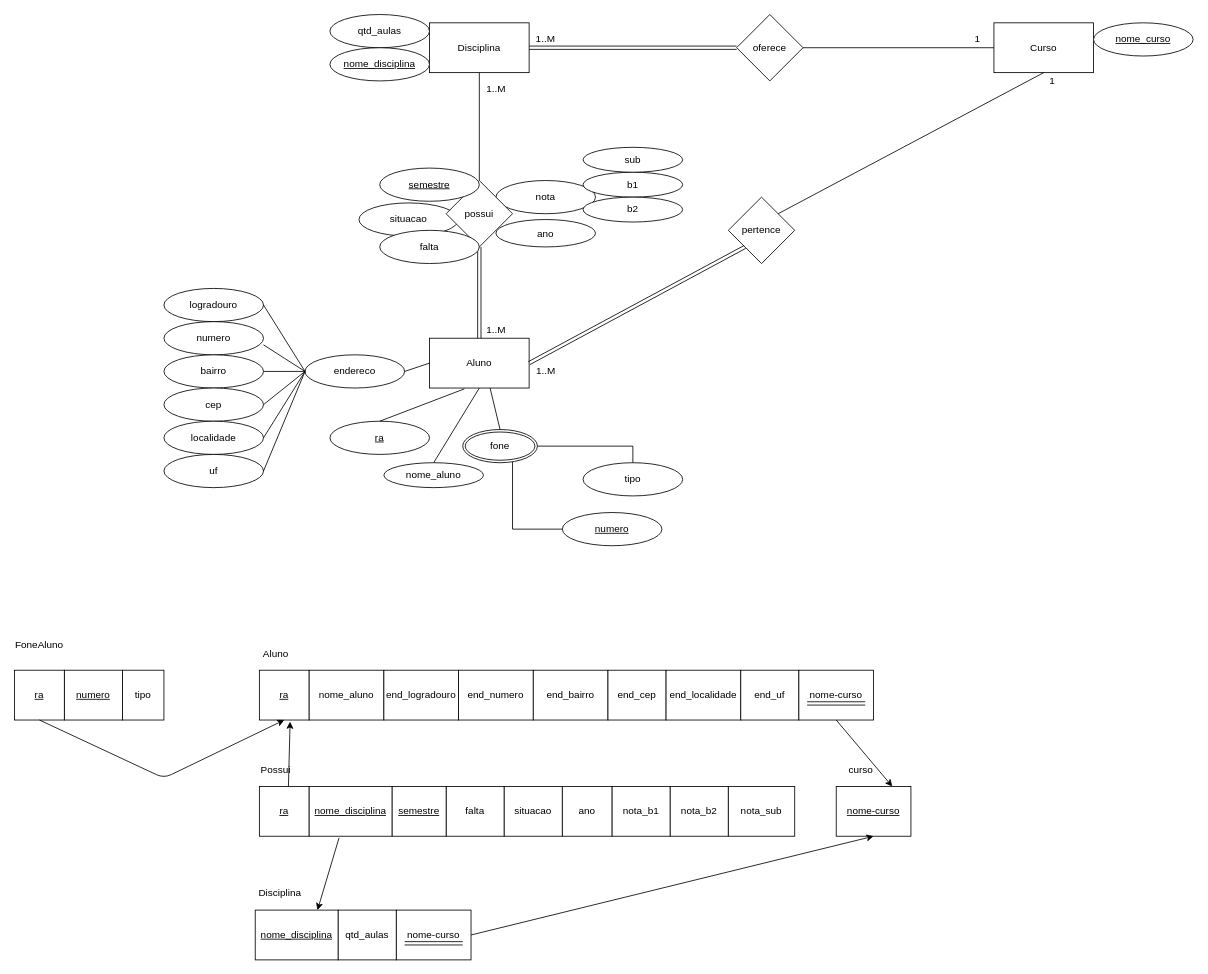
Above: Estudando .drawio in LuizGustavoSena/Faculdade-BD (draw.io), before the change. Source tidied: cells renumbered, new cells numbered last; positions are measured from the earlier drawing's top-left corner, leaving out a move shared by most shapes. Both pictures are drawn from the tidied source at 83%, with x=0, y=0 at pixel (14, 14).
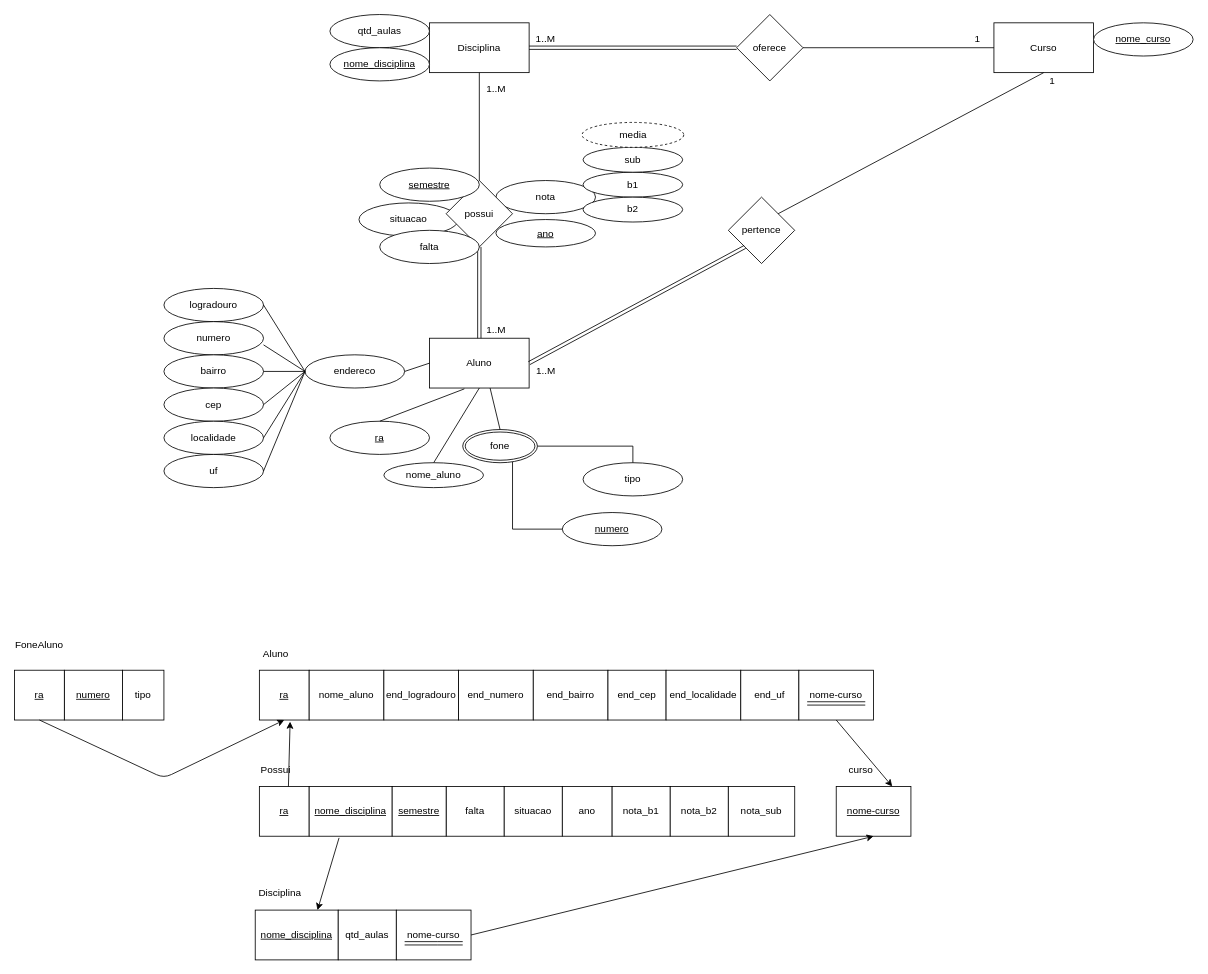
Above is the later version.

Commit message (it also covers changes not shown here):
Ajuste em chave primaria

What changed in the source:
```diff
@@
-    <mxCell id="53" value="ano" style="ellipse;whiteSpace=wrap;html=1;" parent="1" vertex="1">
+    <mxCell id="53" value="&lt;u&gt;ano&lt;/u&gt;" style="ellipse;whiteSpace=wrap;html=1;" parent="1" vertex="1">
       <mxGeometry x="580" y="247" width="120" height="33" as="geometry" />
     </mxCell>
@@
+    <mxCell id="92" value="media" style="ellipse;whiteSpace=wrap;html=1;align=center;dashed=1;" parent="1" vertex="1">
+      <mxGeometry x="683.8" y="130" width="122.5" height="30" as="geometry" />
+    </mxCell>
```
